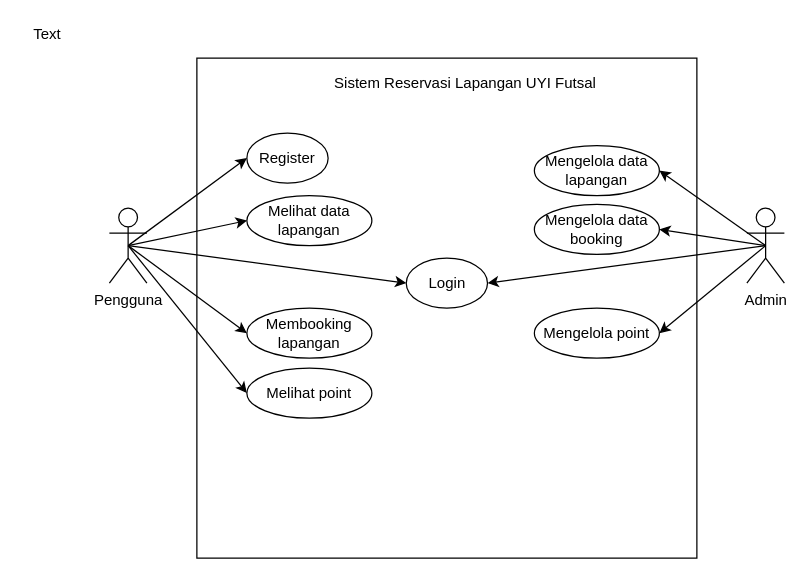
Earlier version of the draw.io diagram page "Use Case" (3 of 3) of docs/Diagram.drawio (mushonnip/uyifutsal). Source tidied: cells renumbered, new cells numbered last; positions are measured from the earlier drawing's top-left corner, leaving out a move shared by most shapes. Both pictures are drawn from the tidied source at 125%, with x=0, y=0 at pixel (21, 21).
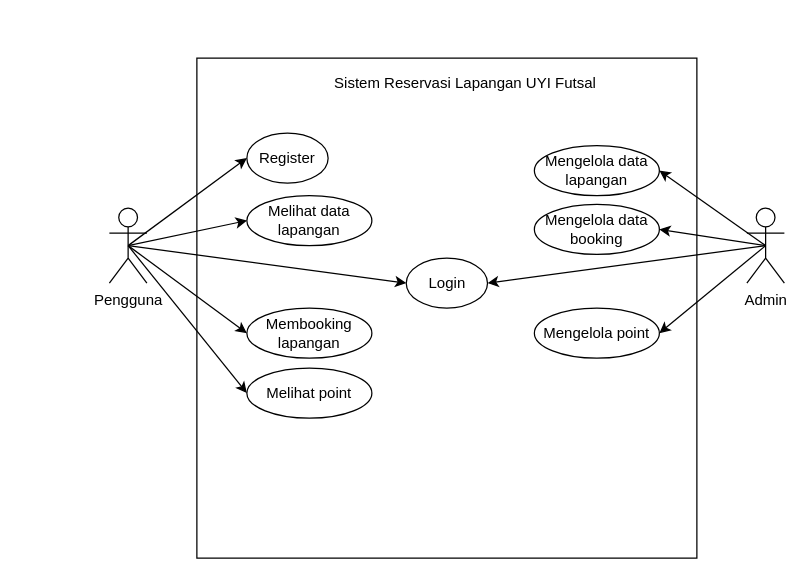
After the change.

Change to the diagram source:
```diff
@@
-    <mxCell id="23" value="Text" style="text;html=1;align=center;verticalAlign=middle;" parent="1" vertex="1">
-      <mxGeometry width="40" height="20" as="geometry" />
-    </mxCell>
```
